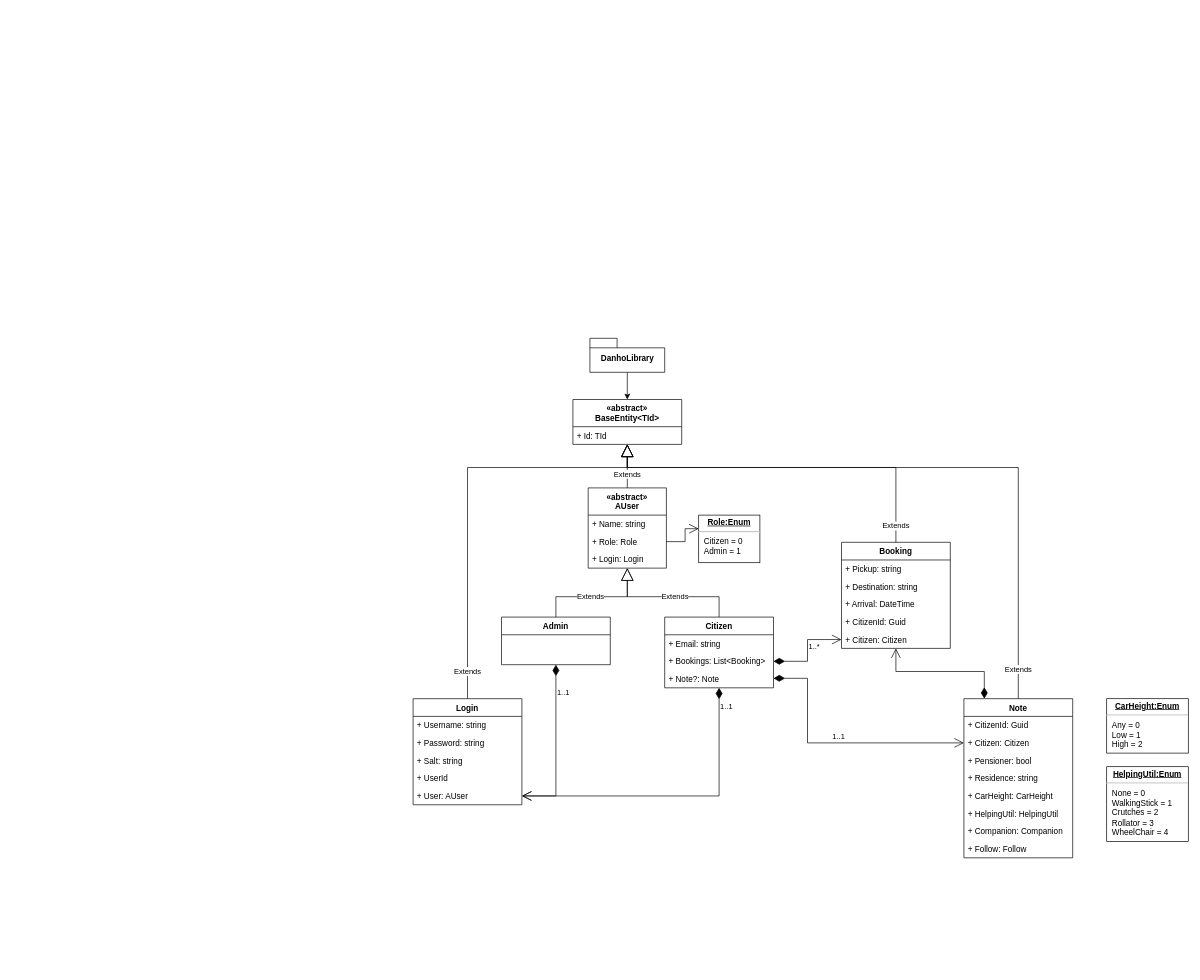
Before: Documents/CitizenTaxi Classdiagram.drawio in DanielSimonsen90/CitizenTaxi, a draw.io diagram. Source tidied: cells renumbered, new cells numbered last; positions are measured from the earlier drawing's top-left corner, leaving out a move shared by most shapes. Both pictures are drawn from the tidied source at 68%, with x=0, y=0 at pixel (413, 338).
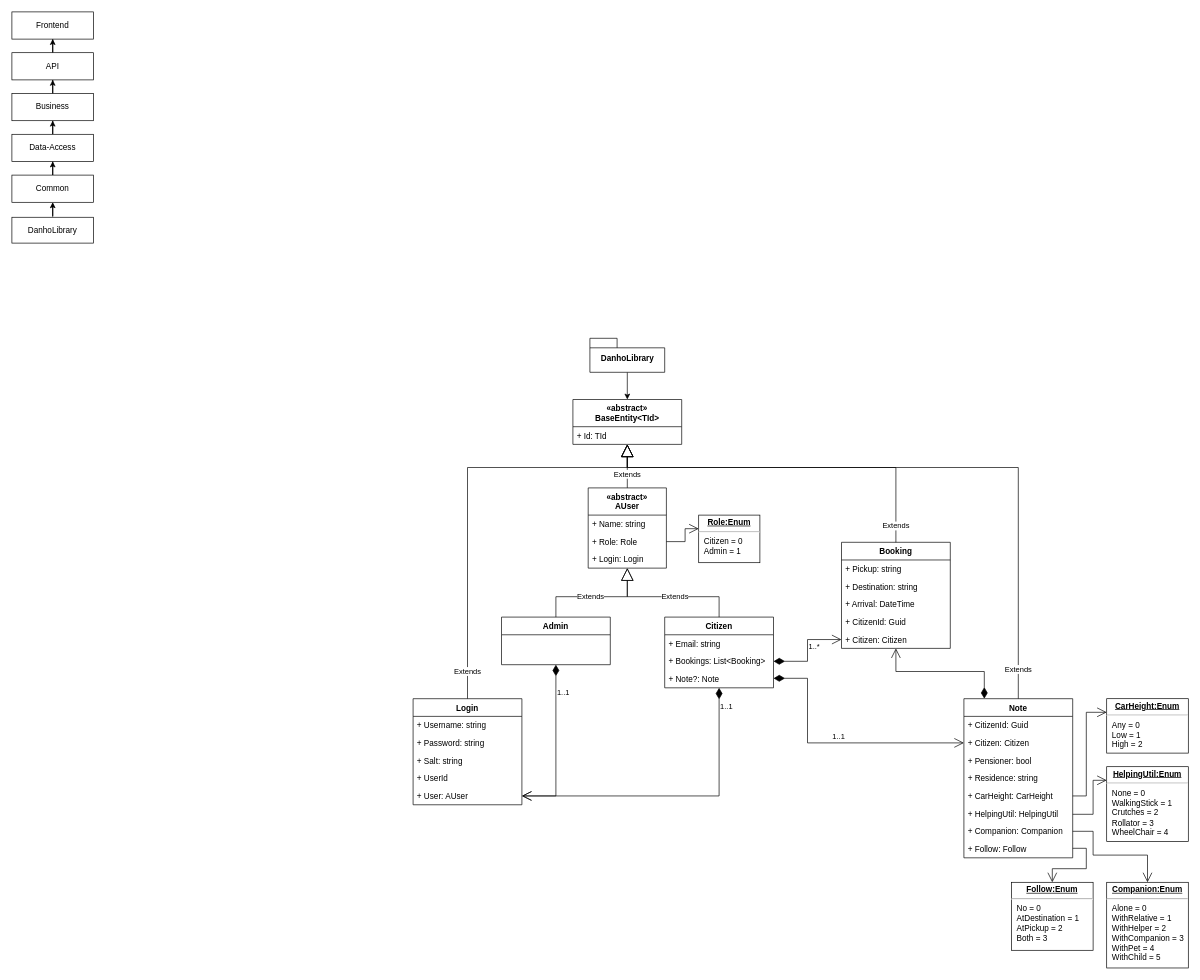
The same page after the edit.

Commit message (it also covers changes not shown here):
Update product report

Unchanged cells that the change refers to:
```xml
<mxCell id="33" value="+ CarHeight: CarHeight" style="text;strokeColor=none;fillColor=none;align=left;verticalAlign=top;spacingLeft=4;spacingRight=4;overflow=hidden;points=[[0,0.5],[1,0.5]];portConstraint=eastwest;" parent="28" vertex="1">
  <mxGeometry y="130" width="160" height="26" as="geometry" />
</mxCell>
<mxCell id="34" value="+ HelpingUtil: HelpingUtil" style="text;strokeColor=none;fillColor=none;align=left;verticalAlign=top;spacingLeft=4;spacingRight=4;overflow=hidden;points=[[0,0.5],[1,0.5]];portConstraint=eastwest;" parent="28" vertex="1">
  <mxGeometry y="156" width="160" height="26" as="geometry" />
</mxCell>
<mxCell id="35" value="+ Companion: Companion" style="text;strokeColor=none;fillColor=none;align=left;verticalAlign=top;spacingLeft=4;spacingRight=4;overflow=hidden;points=[[0,0.5],[1,0.5]];portConstraint=eastwest;" parent="28" vertex="1">
  <mxGeometry y="182" width="160" height="26" as="geometry" />
</mxCell>
<mxCell id="36" value="+ Follow: Follow" style="text;strokeColor=none;fillColor=none;align=left;verticalAlign=top;spacingLeft=4;spacingRight=4;overflow=hidden;points=[[0,0.5],[1,0.5]];portConstraint=eastwest;" parent="28" vertex="1">
  <mxGeometry y="208" width="160" height="26" as="geometry" />
</mxCell>
<mxCell id="49" value="&lt;p style=&quot;margin:0px;margin-top:4px;text-align:center;text-decoration:underline;&quot;&gt;&lt;b&gt;CarHeight:Enum&lt;/b&gt;&lt;/p&gt;&lt;hr&gt;&lt;p style=&quot;margin:0px;margin-left:8px;&quot;&gt;Any = 0&lt;br&gt;Low = 1&lt;br&gt;&lt;/p&gt;&lt;p style=&quot;margin:0px;margin-left:8px;&quot;&gt;High = 2&lt;/p&gt;" style="verticalAlign=top;align=left;overflow=fill;fontSize=12;fontFamily=Helvetica;html=1;" parent="1" vertex="1">
  <mxGeometry x="1020" y="530" width="120" height="80" as="geometry" />
</mxCell>
<mxCell id="50" value="&lt;p style=&quot;margin:0px;margin-top:4px;text-align:center;text-decoration:underline;&quot;&gt;&lt;b&gt;HelpingUtil:Enum&lt;/b&gt;&lt;/p&gt;&lt;hr&gt;&lt;p style=&quot;margin:0px;margin-left:8px;&quot;&gt;None = 0&lt;br&gt;WalkingStick = 1&lt;br&gt;&lt;/p&gt;&lt;p style=&quot;margin:0px;margin-left:8px;&quot;&gt;Crutches = 2&lt;br&gt;Rollator = 3&lt;/p&gt;&lt;p style=&quot;margin:0px;margin-left:8px;&quot;&gt;WheelChair = 4&lt;/p&gt;" style="verticalAlign=top;align=left;overflow=fill;fontSize=12;fontFamily=Helvetica;html=1;" parent="1" vertex="1">
  <mxGeometry x="1020" y="630" width="120" height="110" as="geometry" />
</mxCell>
```

Diff of the diagram source:
```diff
@@
+    <mxCell id="51" style="endArrow=open;endFill=1;endSize=12;html=1;rounded=0;edgeStyle=orthogonalEdgeStyle;" parent="1" edge="1" source="33" target="49">
+      <mxGeometry relative="1" as="geometry">
+        <Array as="points">
+          <mxPoint x="990" y="673" />
+          <mxPoint x="990" y="550" />
+        </Array>
+      </mxGeometry>
+    </mxCell>
+    <mxCell id="52" style="endArrow=open;endFill=1;endSize=12;html=1;rounded=0;edgeStyle=orthogonalEdgeStyle;" parent="1" edge="1" source="34" target="50">
+      <mxGeometry relative="1" as="geometry">
+        <Array as="points">
+          <mxPoint x="1000" y="700" />
+          <mxPoint x="1000" y="650" />
+        </Array>
+      </mxGeometry>
+    </mxCell>
+    <mxCell id="53" style="edgeStyle=orthogonalEdgeStyle;rounded=0;jettySize=auto;html=1;" parent="1" edge="1" source="54" target="56">
+      <mxGeometry relative="1" as="geometry" />
+    </mxCell>
+    <mxCell id="54" value="Common" style="rounded=0;whiteSpace=wrap;html=1;" parent="1" vertex="1">
+      <mxGeometry x="-590" y="-240" width="120" height="40" as="geometry" />
+    </mxCell>
+    <mxCell id="55" style="edgeStyle=orthogonalEdgeStyle;rounded=0;jettySize=auto;html=1;" parent="1" edge="1" source="56" target="58">
+      <mxGeometry relative="1" as="geometry" />
+    </mxCell>
+    <mxCell id="56" value="Data-Access" style="rounded=0;whiteSpace=wrap;html=1;" parent="1" vertex="1">
+      <mxGeometry x="-590" y="-300" width="120" height="40" as="geometry" />
+    </mxCell>
+    <mxCell id="57" style="edgeStyle=orthogonalEdgeStyle;rounded=0;jettySize=auto;html=1;" parent="1" edge="1" source="58" target="60">
+      <mxGeometry relative="1" as="geometry" />
+    </mxCell>
+    <mxCell id="58" value="Business" style="rounded=0;whiteSpace=wrap;html=1;" parent="1" vertex="1">
+      <mxGeometry x="-590" y="-360" width="120" height="40" as="geometry" />
+    </mxCell>
+    <mxCell id="59" style="edgeStyle=orthogonalEdgeStyle;rounded=0;jettySize=auto;html=1;" parent="1" edge="1" source="60" target="61">
+      <mxGeometry relative="1" as="geometry" />
+    </mxCell>
+    <mxCell id="60" value="API" style="rounded=0;whiteSpace=wrap;html=1;" parent="1" vertex="1">
+      <mxGeometry x="-590" y="-420" width="120" height="40" as="geometry" />
+    </mxCell>
+    <mxCell id="61" value="Frontend" style="rounded=0;whiteSpace=wrap;html=1;" parent="1" vertex="1">
+      <mxGeometry x="-590" y="-480" width="120" height="40" as="geometry" />
+    </mxCell>
+    <mxCell id="62" style="edgeStyle=orthogonalEdgeStyle;rounded=0;jettySize=auto;html=1;" parent="1" edge="1" source="63" target="54">
+      <mxGeometry relative="1" as="geometry" />
+    </mxCell>
+    <mxCell id="63" value="DanhoLibrary" style="rounded=0;whiteSpace=wrap;html=1;" parent="1" vertex="1">
+      <mxGeometry x="-590" y="-178" width="120" height="38" as="geometry" />
+    </mxCell>
+    <mxCell id="64" value="&lt;p style=&quot;margin:0px;margin-top:4px;text-align:center;text-decoration:underline;&quot;&gt;&lt;b&gt;Companion:Enum&lt;/b&gt;&lt;/p&gt;&lt;hr&gt;&lt;p style=&quot;margin:0px;margin-left:8px;&quot;&gt;Alone = 0&lt;br&gt;WithRelative = 1&lt;br&gt;&lt;/p&gt;&lt;p style=&quot;margin:0px;margin-left:8px;&quot;&gt;WithHelper = 2&lt;br&gt;WithCompanion = 3&lt;/p&gt;&lt;p style=&quot;margin:0px;margin-left:8px;&quot;&gt;WithPet = 4&lt;/p&gt;&lt;p style=&quot;margin:0px;margin-left:8px;&quot;&gt;WithChild = 5&lt;/p&gt;" style="verticalAlign=top;align=left;overflow=fill;fontSize=12;fontFamily=Helvetica;html=1;" parent="1" vertex="1">
+      <mxGeometry x="1020" y="800" width="120" height="126" as="geometry" />
+    </mxCell>
+    <mxCell id="65" style="endArrow=open;endFill=1;endSize=12;html=1;rounded=0;edgeStyle=orthogonalEdgeStyle;" parent="1" edge="1" source="35" target="64">
+      <mxGeometry relative="1" as="geometry">
+        <Array as="points">
+          <mxPoint x="1000" y="725" />
+          <mxPoint x="1000" y="760" />
+          <mxPoint x="1080" y="760" />
+        </Array>
+      </mxGeometry>
+    </mxCell>
+    <mxCell id="66" value="&lt;p style=&quot;margin:0px;margin-top:4px;text-align:center;text-decoration:underline;&quot;&gt;&lt;b&gt;Follow:Enum&lt;/b&gt;&lt;/p&gt;&lt;hr&gt;&lt;p style=&quot;margin:0px;margin-left:8px;&quot;&gt;No = 0&lt;br&gt;AtDestination = 1&lt;br&gt;&lt;/p&gt;&lt;p style=&quot;margin:0px;margin-left:8px;&quot;&gt;AtPickup = 2&lt;br&gt;Both = 3&lt;/p&gt;" style="verticalAlign=top;align=left;overflow=fill;fontSize=12;fontFamily=Helvetica;html=1;" parent="1" vertex="1">
+      <mxGeometry x="880" y="800" width="120" height="100" as="geometry" />
+    </mxCell>
+    <mxCell id="67" style="endArrow=open;endFill=1;endSize=12;html=1;rounded=0;edgeStyle=orthogonalEdgeStyle;" parent="1" edge="1" source="36" target="66">
+      <mxGeometry relative="1" as="geometry">
+        <Array as="points">
+          <mxPoint x="990" y="750" />
+          <mxPoint x="990" y="780" />
+          <mxPoint x="940" y="780" />
+        </Array>
+      </mxGeometry>
+    </mxCell>
```
